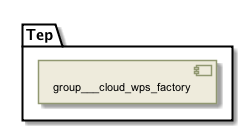
This is _images/plantuml-5d81839820d2b13b10200d9a055fe89c7b6c4fc9.png from Terradue/doc-tep-geohazards-arch, a PlantUML export, as it was before one commit. Source of this version:
```plantuml
@startuml

skinparam backgroundColor #FFFFFF


skinparam sequence {

        ActorBorderColor #000000

        ArrowColor #919871
        ArrowFontSize 8
        ArrowFontStyle plain
        ArrowFontName Arial

        LifeLineBorderColor #919871
        LifeLineBackgroundColor #EEEBDC

        ParticipantBorderColor #919871
        ParticipantBackgroundColor #EEEBDC
        ParticipantFontName Arial
        ParticipantFontSize 10
        ParticipantFontColor #000000

        ActorBackgroundColor #EEEBDC
        ActorFontColor #000000
        ActorFontSize 10
        ActorFontName Arial

}

skinparam class {

	ArrowFontColor #000000
	ArrowFontSize 10
	ArrowFontStyle plain
	ArrowFontName Arial

	AttributeFontColor #000000
	AttributeFontSize 10
	AttributeIconSize 11
	AttributeFontStyle plain
	AttributeFontName Arial

	FontColor #000000
	FontSize 11
	FontStyle plain
	FontName Arial

	StereotypeFontColor #000000
	StereotypeFontSize 10
	StereotypeFontStyle plain
	StereotypeFontName Arial

	BackgroundColor #EEEBDC
 	ArrowColor #919871
 	BorderColor #919871

 }

skinparam component {

	FontSize 11
 	BackgroundColor #EEEBDC
 	InterfaceBackgroundColor white
	InterfaceBorderColor black
 	BorderColor #919871
	ArrowColor black
 	ArrowFontColor #777777
 	FontName Arial
 	ArrowFontName Arial



}

skinparam package {
	FontColor black
	FontSize 11
	FontStyle plain
	FontName Arial
}

skinparam state {
	BackgroundColor #EEEBDC
	BorderColor #919871
	ArrowColor  black


	FontColor black
	FontSize 11
	FontStyle plain
	FontName Arial

	ArrowFontColor black
	ArrowFontSize 11
	ArrowFontStyle plain
	ArrowFontName Arial
	AttributeFontColor black
	AttributeFontSize 11
	AttributeFontStyle plain
	AttributeFontName Arial

}

skinparam activity {

	ArrowColor black
	BackgroundColor #EEEBDC
	BorderColor #919871
	StartColor black
	EndColor black
	BarColor #919871

	FontColor black
	FontSize 11
	FontStyle plain
	FontName Arial

	ArrowFontColor black
	ArrowFontSize 11
	ArrowFontStyle plain
	ArrowFontName Arial

}

skinparam usecase {

	BackgroundColor #EEEBDC
 	InterfaceBackgroundColor white
	InterfaceBorderColor black
 	BorderColor #919871
	ArrowColor black
	ActorBorderColor #919871
	ActorFontName Courier

}
skinparam backgroundColor #FFFFFF
skinparam componentStyle uml2
folder "Tep" [[../computational/components/group___tep.html]] {
[group___cloud_wps_factory]
}

@enduml
```
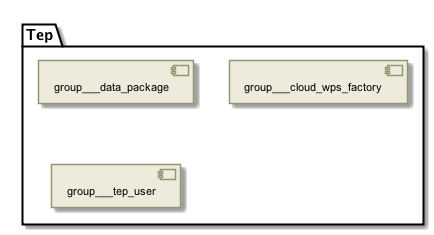
The same diagram one commit later.

Change to the diagram source:
```diff
@@ -137,7 +137,9 @@
 skinparam backgroundColor #FFFFFF
 skinparam componentStyle uml2
 folder "Tep" [[../computational/components/group___tep.html]] {
+[group___data_package]
 [group___cloud_wps_factory]
+[group___tep_user]
 }
 
 @enduml
```
